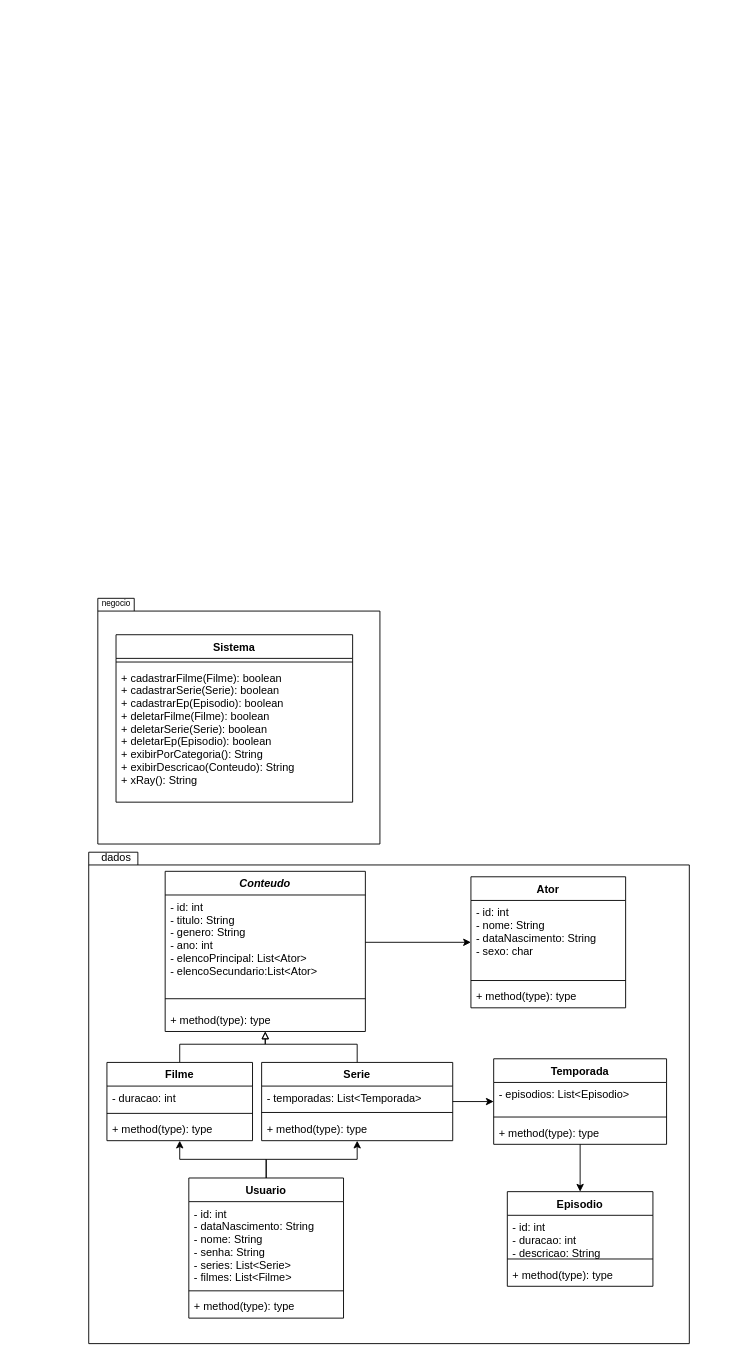
This is trabalhoPOO.drawio from ViniciusHansen/diagramas, a draw.io file, before an edit. Source tidied: cells renumbered, new cells numbered last; positions are measured from the earlier drawing's top-left corner, leaving out a move shared by most shapes. Both pictures are drawn from the tidied source at 91%, with x=0, y=0 at pixel (88, 589).
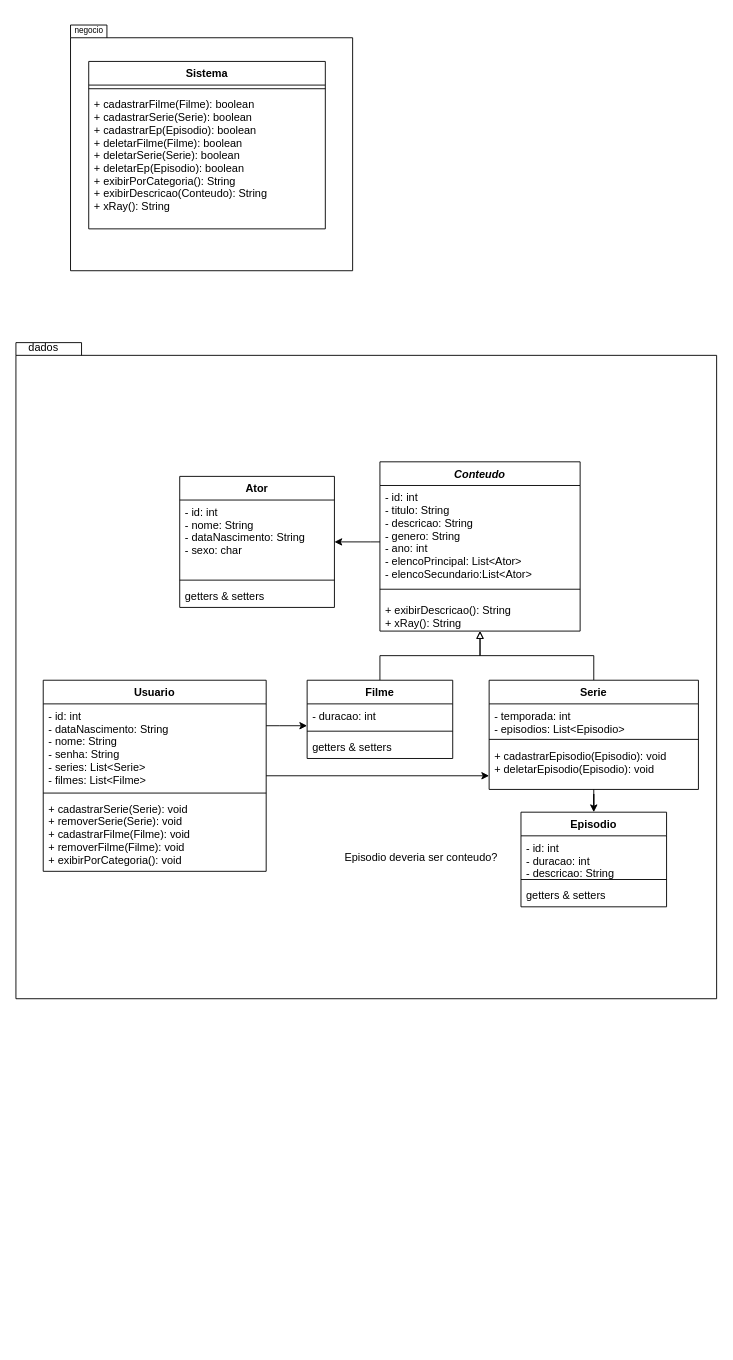
After the change.

Diff of the diagram source:
```diff
@@
     <mxCell id="2" style="shape=folder;fontStyle=1;spacingTop=10;tabWidth=40;tabHeight=14;tabPosition=left;html=1;" parent="1" vertex="1">
-      <mxGeometry y="289" width="660" height="540" as="geometry" />
+      <mxGeometry x="-80" y="-271" width="770" height="721" as="geometry" />
     </mxCell>
     <mxCell id="3" value="Conteudo" style="swimlane;fontStyle=3;align=center;verticalAlign=top;horizontal=1;startSize=26;rounded=0;shadow=0;strokeWidth=1;" parent="1" vertex="1">
-      <mxGeometry x="84" y="310" width="220" height="176" as="geometry" />
+      <mxGeometry x="320" y="-140" width="220" height="186" as="geometry" />
     </mxCell>
-    <mxCell id="4" value="- id: int&#10;- titulo: String&#10;- genero: String&#10;- ano: int&#10;- elencoPrincipal: List&lt;Ator&gt;&#10;- elencoSecundario:List&lt;Ator&gt;&#10;" style="text;align=left;verticalAlign=top;spacingLeft=4;spacingRight=4;overflow=hidden;points=[[0,0.5],[1,0.5]];portConstraint=eastwest;" parent="3" vertex="1">
+    <mxCell id="4" value="- id: int&#10;- titulo: String&#10;- descricao: String&#10;- genero: String&#10;- ano: int&#10;- elencoPrincipal: List&lt;Ator&gt;&#10;- elencoSecundario:List&lt;Ator&gt;&#10;" style="text;align=left;verticalAlign=top;spacingLeft=4;spacingRight=4;overflow=hidden;points=[[0,0.5],[1,0.5]];portConstraint=eastwest;" parent="3" vertex="1">
       <mxGeometry y="26" width="220" height="104" as="geometry" />
     </mxCell>
@@
-    <mxCell id="6" value="+ method(type): type" style="text;align=left;verticalAlign=top;spacingLeft=4;spacingRight=4;overflow=hidden;" parent="3" vertex="1">
-      <mxGeometry y="150" width="220" height="26" as="geometry" />
+    <mxCell id="6" value="+ exibirDescricao(): String&#10;+ xRay(): String" style="text;align=left;verticalAlign=top;spacingLeft=4;spacingRight=4;overflow=hidden;" parent="3" vertex="1">
+      <mxGeometry y="150" width="220" height="36" as="geometry" />
     </mxCell>
+    <mxCell id="44" style="edgeStyle=orthogonalEdgeStyle;rounded=0;jettySize=auto;html=1;" parent="1" edge="1" source="9" target="34">
+      <mxGeometry relative="1" as="geometry" />
+    </mxCell>
     <mxCell id="7" style="edgeStyle=orthogonalEdgeStyle;rounded=0;jettySize=auto;html=1;endArrow=block;endFill=0;" parent="1" edge="1" source="9" target="3">
-      <mxGeometry relative="1" as="geometry">
-        <Array as="points">
-          <mxPoint x="295" y="500" />
-          <mxPoint x="194" y="500" />
-        </Array>
-      </mxGeometry>
+      <mxGeometry relative="1" as="geometry" />
     </mxCell>
-    <mxCell id="8" style="edgeStyle=orthogonalEdgeStyle;rounded=0;jettySize=auto;html=1;" parent="1" edge="1" source="9" target="39">
-      <mxGeometry relative="1" as="geometry" />
-    </mxCell>
     <mxCell id="9" value="Serie" style="swimlane;fontStyle=1;align=center;verticalAlign=top;horizontal=1;startSize=26;" parent="1" vertex="1">
-      <mxGeometry x="190" y="520" width="210" height="86" as="geometry" />
+      <mxGeometry x="440" y="100" width="230" height="120" as="geometry" />
     </mxCell>
-    <mxCell id="10" value="- temporadas: List&lt;Temporada&gt;" style="text;strokeColor=none;fillColor=none;align=left;verticalAlign=top;spacingLeft=4;spacingRight=4;overflow=hidden;" parent="9" vertex="1">
-      <mxGeometry y="26" width="210" height="24" as="geometry" />
+    <mxCell id="10" value="- temporada: int&#10;- episodios: List&lt;Episodio&gt;&#10;" style="text;strokeColor=none;fillColor=none;align=left;verticalAlign=top;spacingLeft=4;spacingRight=4;overflow=hidden;" parent="9" vertex="1">
+      <mxGeometry y="26" width="230" height="34" as="geometry" />
     </mxCell>
     <mxCell id="11" style="line;strokeWidth=1;fillColor=none;align=left;verticalAlign=middle;spacingTop=-1;spacingLeft=3;spacingRight=3;labelPosition=right;strokeColor=inherit;" parent="9" vertex="1">
-      <mxGeometry y="50" width="210" height="10" as="geometry" />
+      <mxGeometry y="60" width="230" height="10" as="geometry" />
     </mxCell>
-    <mxCell id="12" value="+ method(type): type" style="text;strokeColor=none;fillColor=none;align=left;verticalAlign=top;spacingLeft=4;spacingRight=4;overflow=hidden;" parent="9" vertex="1">
-      <mxGeometry y="60" width="210" height="26" as="geometry" />
+    <mxCell id="12" value="+ cadastrarEpisodio(Episodio): void&#10;+ deletarEpisodio(Episodio): void&#10;" style="text;strokeColor=none;fillColor=none;align=left;verticalAlign=top;spacingLeft=4;spacingRight=4;overflow=hidden;" parent="9" vertex="1">
+      <mxGeometry y="70" width="230" height="50" as="geometry" />
     </mxCell>
     <mxCell id="13" value="dados" style="text;html=1;align=center;verticalAlign=middle;strokeColor=none;fillColor=none;" parent="1" vertex="1">
-      <mxGeometry y="280" width="60" height="30" as="geometry" />
+      <mxGeometry x="-80" y="-280" width="60" height="30" as="geometry" />
     </mxCell>
-    <mxCell id="14" style="edgeStyle=orthogonalEdgeStyle;rounded=0;jettySize=auto;html=1;" parent="1" edge="1" source="16" target="25">
-      <mxGeometry relative="1" as="geometry" />
-    </mxCell>
     <mxCell id="15" style="edgeStyle=orthogonalEdgeStyle;rounded=0;jettySize=auto;html=1;" parent="1" edge="1" source="16" target="9">
-      <mxGeometry relative="1" as="geometry" />
+      <mxGeometry relative="1" as="geometry">
+        <Array as="points">
+          <mxPoint x="190" y="200" />
+          <mxPoint x="190" y="200" />
+        </Array>
+      </mxGeometry>
     </mxCell>
     <mxCell id="16" value="Usuario" style="swimlane;fontStyle=1;align=center;verticalAlign=top;horizontal=1;startSize=26;" parent="1" vertex="1">
-      <mxGeometry x="110" y="647" width="170" height="154" as="geometry" />
+      <mxGeometry x="-50" y="100" width="245" height="210" as="geometry" />
     </mxCell>
     <mxCell id="17" value="- id: int&#10;- dataNascimento: String&#10;- nome: String&#10;- senha: String&#10;- series: List&lt;Serie&gt;&#10;- filmes: List&lt;Filme&gt;&#10;&#10;" style="text;strokeColor=none;fillColor=none;align=left;verticalAlign=top;spacingLeft=4;spacingRight=4;overflow=hidden;points=[[0,0.5],[1,0.5]];portConstraint=eastwest;" parent="16" vertex="1">
-      <mxGeometry y="26" width="170" height="94" as="geometry" />
+      <mxGeometry y="26" width="245" height="94" as="geometry" />
     </mxCell>
     <mxCell id="18" style="line;strokeWidth=1;fillColor=none;align=left;verticalAlign=middle;spacingTop=-1;spacingLeft=3;spacingRight=3;labelPosition=right;strokeColor=inherit;" parent="16" vertex="1">
-      <mxGeometry y="120" width="170" height="8" as="geometry" />
+      <mxGeometry y="120" width="245" height="8" as="geometry" />
     </mxCell>
-    <mxCell id="19" value="+ method(type): type" style="text;strokeColor=none;fillColor=none;align=left;verticalAlign=top;spacingLeft=4;spacingRight=4;overflow=hidden;" parent="16" vertex="1">
-      <mxGeometry y="128" width="170" height="26" as="geometry" />
+    <mxCell id="19" value="+ cadastrarSerie(Serie): void&#10;+ removerSerie(Serie): void&#10;+ cadastrarFilme(Filme): void&#10;+ removerFilme(Filme): void&#10;+ exibirPorCategoria(): void&#10;" style="text;strokeColor=none;fillColor=none;align=left;verticalAlign=top;spacingLeft=4;spacingRight=4;overflow=hidden;" parent="16" vertex="1">
+      <mxGeometry y="128" width="245" height="82" as="geometry" />
     </mxCell>
     <mxCell id="20" value="Ator" style="swimlane;fontStyle=1;align=center;verticalAlign=top;horizontal=1;startSize=26;" parent="1" vertex="1">
-      <mxGeometry x="420" y="316" width="170" height="144" as="geometry" />
+      <mxGeometry x="100" y="-124" width="170" height="144" as="geometry" />
     </mxCell>
@@
-    <mxCell id="23" value="+ method(type): type" style="text;strokeColor=none;fillColor=none;align=left;verticalAlign=top;spacingLeft=4;spacingRight=4;overflow=hidden;" parent="20" vertex="1">
+    <mxCell id="23" value="getters &amp; setters" style="text;strokeColor=none;fillColor=none;align=left;verticalAlign=top;spacingLeft=4;spacingRight=4;overflow=hidden;" parent="20" vertex="1">
       <mxGeometry y="118" width="170" height="26" as="geometry" />
     </mxCell>
@@
     <mxCell id="25" value="Filme" style="swimlane;fontStyle=1;align=center;verticalAlign=top;horizontal=1;startSize=26;" parent="1" vertex="1">
-      <mxGeometry x="20" y="520" width="160" height="86" as="geometry" />
+      <mxGeometry x="240" y="100" width="160" height="86" as="geometry" />
     </mxCell>
@@
-    <mxCell id="28" value="+ method(type): type" style="text;strokeColor=none;fillColor=none;align=left;verticalAlign=top;spacingLeft=4;spacingRight=4;overflow=hidden;" parent="25" vertex="1">
+    <mxCell id="28" value="getters &amp; setters" style="text;strokeColor=none;fillColor=none;align=left;verticalAlign=top;spacingLeft=4;spacingRight=4;overflow=hidden;" parent="25" vertex="1">
       <mxGeometry y="60" width="160" height="26" as="geometry" />
     </mxCell>
     <mxCell id="29" style="shape=folder;fontStyle=1;spacingTop=10;tabWidth=40;tabHeight=14;tabPosition=left;html=1;" parent="1" vertex="1">
-      <mxGeometry x="10" y="10" width="310" height="270" as="geometry" />
+      <mxGeometry x="-20" y="-620" width="310" height="270" as="geometry" />
     </mxCell>
     <mxCell id="30" value="&lt;font style=&quot;font-size: 9px;&quot;&gt;negocio&lt;/font&gt;" style="text;html=1;align=center;verticalAlign=middle;strokeColor=none;fillColor=none;" parent="1" vertex="1">
-      <mxGeometry width="60" height="30" as="geometry" />
+      <mxGeometry x="-30" y="-630" width="60" height="30" as="geometry" />
     </mxCell>
     <mxCell id="31" value="Sistema" style="swimlane;fontStyle=1;align=center;verticalAlign=top;horizontal=1;startSize=26;fontSize=12;" parent="1" vertex="1">
-      <mxGeometry x="30" y="50" width="260" height="184" as="geometry" />
+      <mxGeometry y="-580" width="260" height="184" as="geometry" />
     </mxCell>
@@
     <mxCell id="34" value="Episodio" style="swimlane;fontStyle=1;align=center;verticalAlign=top;horizontal=1;startSize=26;" parent="1" vertex="1">
-      <mxGeometry x="460" y="662" width="160" height="104" as="geometry" />
+      <mxGeometry x="475" y="245" width="160" height="104" as="geometry" />
     </mxCell>
@@
-    <mxCell id="37" value="+ method(type): type" style="text;strokeColor=none;fillColor=none;align=left;verticalAlign=top;spacingLeft=4;spacingRight=4;overflow=hidden;" parent="34" vertex="1">
+    <mxCell id="37" value="getters &amp; setters" style="text;strokeColor=none;fillColor=none;align=left;verticalAlign=top;spacingLeft=4;spacingRight=4;overflow=hidden;" parent="34" vertex="1">
       <mxGeometry y="78" width="160" height="26" as="geometry" />
     </mxCell>
-    <mxCell id="38" style="edgeStyle=orthogonalEdgeStyle;rounded=0;jettySize=auto;html=1;" parent="1" edge="1" source="39" target="34">
-      <mxGeometry relative="1" as="geometry" />
-    </mxCell>
-    <mxCell id="39" value="Temporada" style="swimlane;fontStyle=1;align=center;verticalAlign=top;horizontal=1;startSize=26;" parent="1" vertex="1">
-      <mxGeometry x="445" y="516" width="190" height="94" as="geometry" />
-    </mxCell>
-    <mxCell id="40" value="- episodios: List&lt;Episodio&gt;" style="text;strokeColor=none;fillColor=none;align=left;verticalAlign=top;spacingLeft=4;spacingRight=4;overflow=hidden;" parent="39" vertex="1">
-      <mxGeometry y="26" width="190" height="34" as="geometry" />
-    </mxCell>
-    <mxCell id="41" style="line;strokeWidth=1;fillColor=none;align=left;verticalAlign=middle;spacingTop=-1;spacingLeft=3;spacingRight=3;labelPosition=right;strokeColor=inherit;" parent="39" vertex="1">
-      <mxGeometry y="60" width="190" height="8" as="geometry" />
-    </mxCell>
-    <mxCell id="42" value="+ method(type): type" style="text;strokeColor=none;fillColor=none;align=left;verticalAlign=top;spacingLeft=4;spacingRight=4;overflow=hidden;" parent="39" vertex="1">
-      <mxGeometry y="68" width="190" height="26" as="geometry" />
-    </mxCell>
     <mxCell id="43" style="edgeStyle=orthogonalEdgeStyle;rounded=0;jettySize=auto;html=1;" parent="1" edge="1" source="4" target="20">
-      <mxGeometry relative="1" as="geometry" />
+      <mxGeometry relative="1" as="geometry">
+        <Array as="points">
+          <mxPoint x="310" y="-52" />
+          <mxPoint x="310" y="-52" />
+        </Array>
+      </mxGeometry>
     </mxCell>
+    <mxCell id="45" style="edgeStyle=orthogonalEdgeStyle;rounded=0;jettySize=auto;html=1;" parent="1" edge="1" source="17" target="25">
+      <mxGeometry relative="1" as="geometry">
+        <Array as="points">
+          <mxPoint x="210" y="150" />
+          <mxPoint x="210" y="150" />
+        </Array>
+      </mxGeometry>
+    </mxCell>
+    <mxCell id="46" value="Episodio deveria ser conteudo?" style="text;html=1;align=center;verticalAlign=middle;strokeColor=none;fillColor=none;" parent="1" vertex="1">
+      <mxGeometry x="260" y="280" width="210" height="30" as="geometry" />
+    </mxCell>
```
